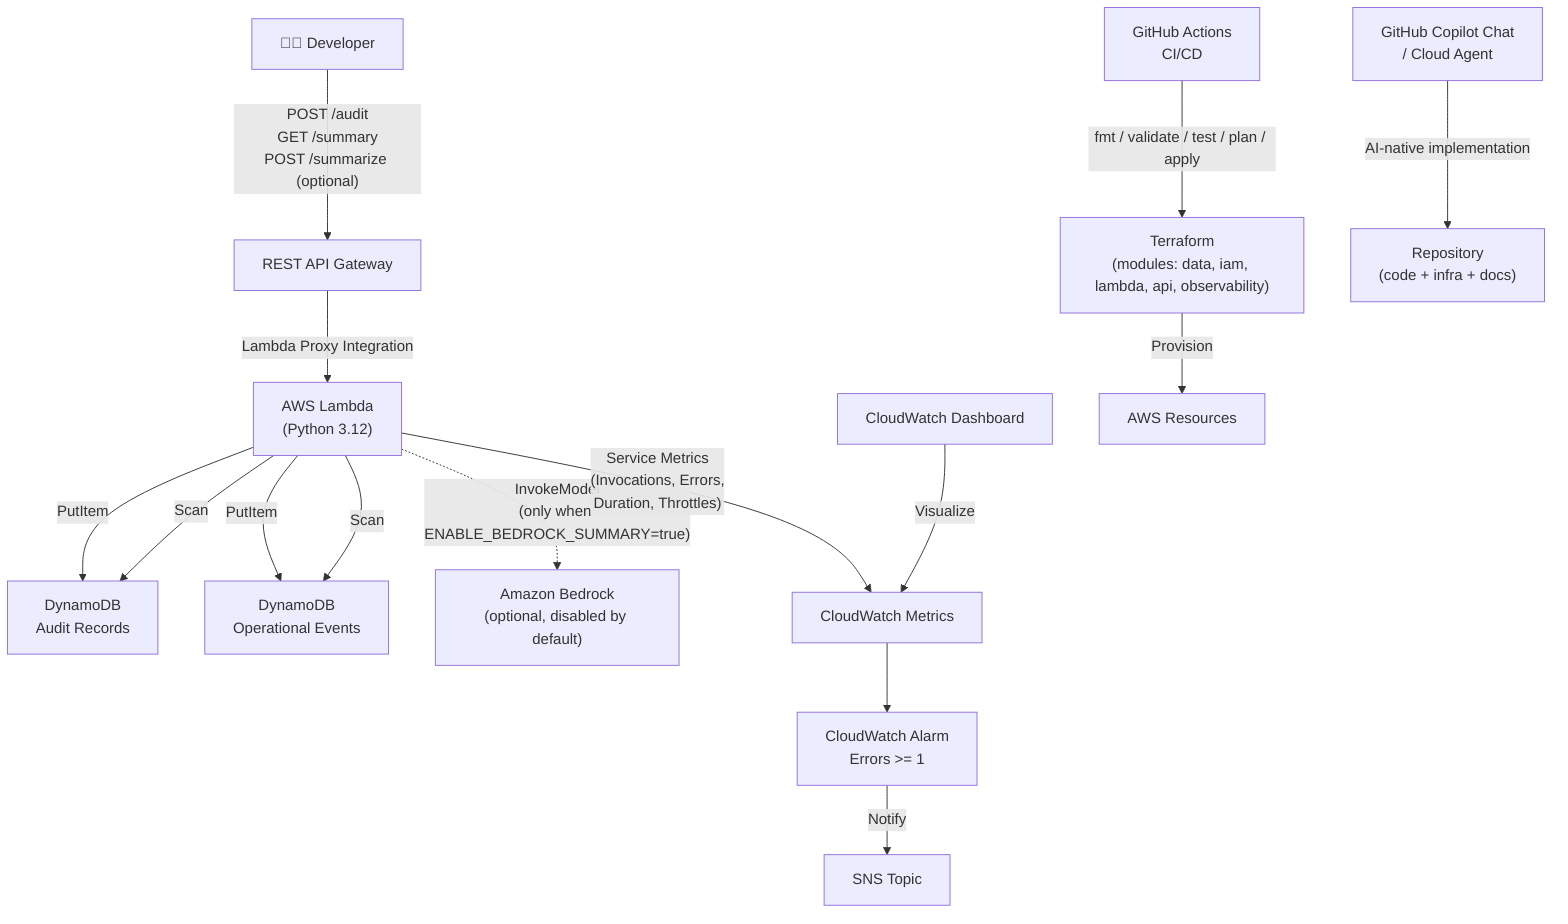
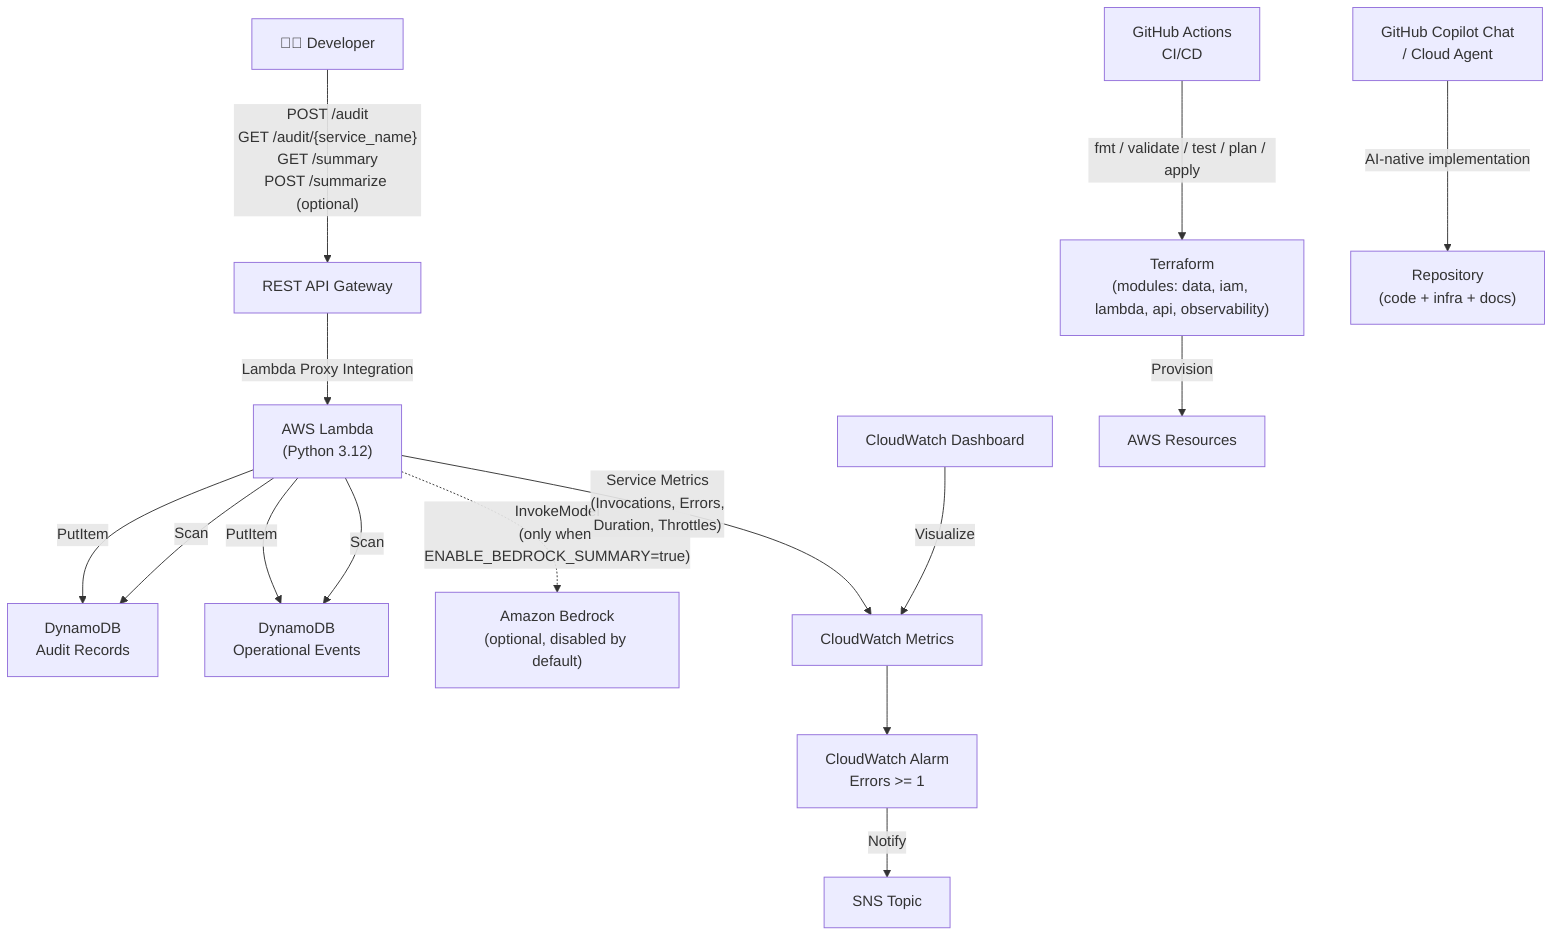
flowchart TD
-     Dev["👩‍💻 Developer"] -->|"POST /audit\nGET /summary\nPOST /summarize (optional)"| APIGW["REST API Gateway"]
+     Dev["👩‍💻 Developer"] -->|"POST /audit\nGET /audit/{service_name}\nGET /summary\nPOST /summarize (optional)"| APIGW["REST API Gateway"]
    APIGW -->|"Lambda Proxy Integration"| Lambda["AWS Lambda\n(Python 3.12)"]
    Lambda -->|"PutItem"| AuditDB["DynamoDB\nAudit Records"]
    Lambda -->|"PutItem"| EventsDB["DynamoDB\nOperational Events"]
    Lambda -->|"Scan"| AuditDB
    Lambda -->|"Scan"| EventsDB
    Lambda -. "InvokeModel\n(only when ENABLE_BEDROCK_SUMMARY=true)" .-> Bedrock["Amazon Bedrock\n(optional, disabled by default)"]
    Lambda -->|"Service Metrics\n(Invocations, Errors,\nDuration, Throttles)"| CWMetrics["CloudWatch Metrics"]
    CWMetrics --> CWAlarm["CloudWatch Alarm\nErrors >= 1"]
    CWAlarm -->|"Notify"| SNS["SNS Topic"]
    CWDash["CloudWatch Dashboard"] -->|"Visualize"| CWMetrics
    GHA["GitHub Actions\nCI/CD"] -->|"fmt / validate / test / plan / apply"| TF["Terraform\n(modules: data, iam, lambda, api, observability)"]
    TF -->|"Provision"| AWS["AWS Resources"]
    Copilot["GitHub Copilot Chat\n/ Cloud Agent"] -->|"AI-native implementation"| Repo["Repository\n(code + infra + docs)"]
